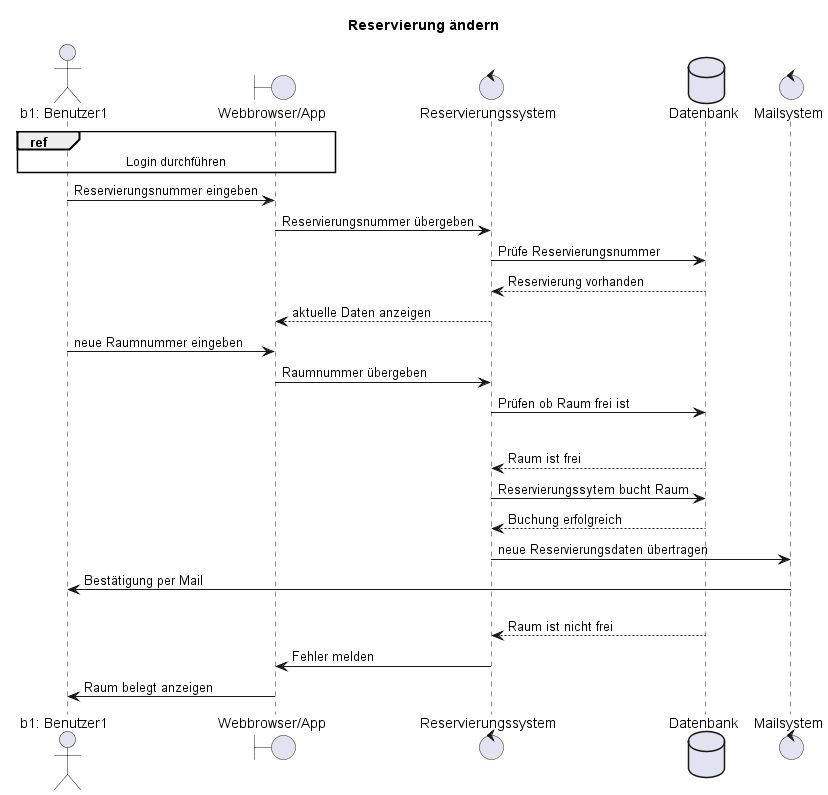
The PlantUML diagram out/Sequenzdiagramm/Sequenzdiagramm-1.png in fischy93/UML_Hagenberg2024-2025, before a commit.
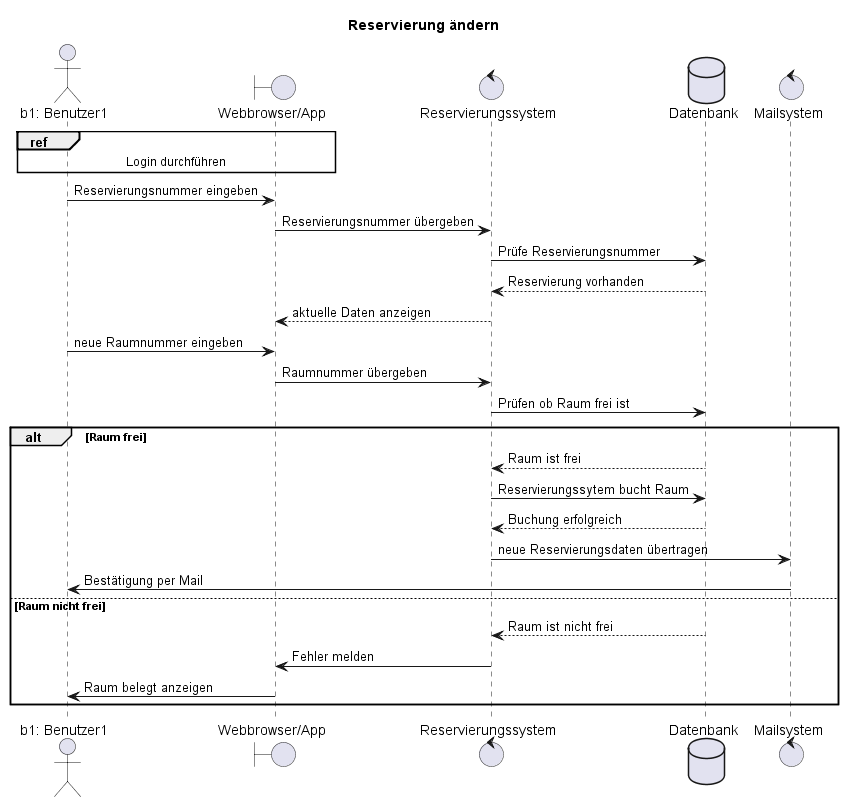
After the commit.

Commit message:
fix: added deleted "end alt"

Change to the diagram source:
```diff
@@ -7,9 +7,11 @@
 control "Reservierungssystem" as rs
 database "Datenbank" as db
 control "Mailsystem" as mail
+
 ref over b1, app
     Login durchführen
 end ref
+
 b1 -> app: Reservierungsnummer eingeben
 app -> rs: Reservierungsnummer übergeben
 rs -> db: Prüfe Reservierungsnummer
@@ -28,5 +30,6 @@
 db --> rs: Raum ist nicht frei
 rs -> app: Fehler melden
 app -> b1: Raum belegt anzeigen
+end alt
 
 @enduml
```
